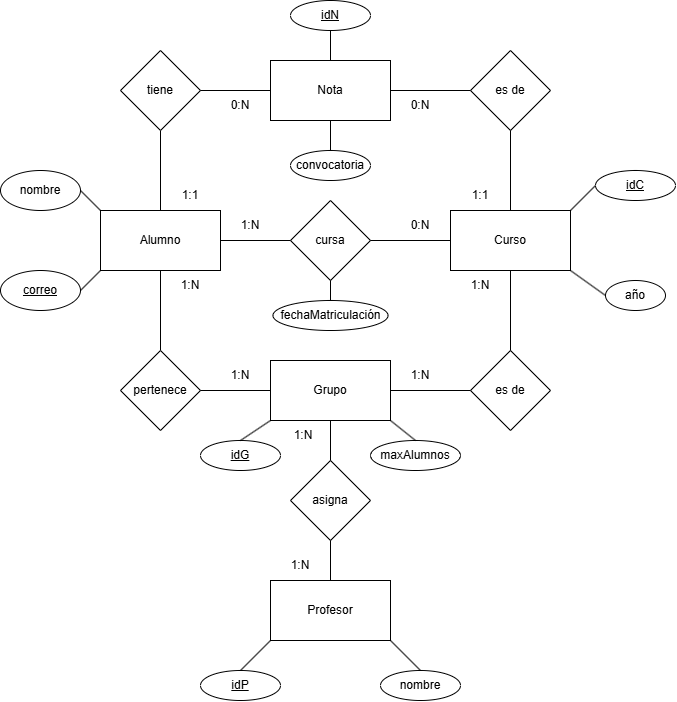
This is artefactos/nuevo/er_nuevo.png from ManuMedina1/reingenieria-ems-IWM31-G5-2025, a draw.io export, as it was before one commit. Source tidied: cells renumbered, new cells last; positions are measured from the earlier drawing's top-left corner, leaving out a move shared by most shapes.
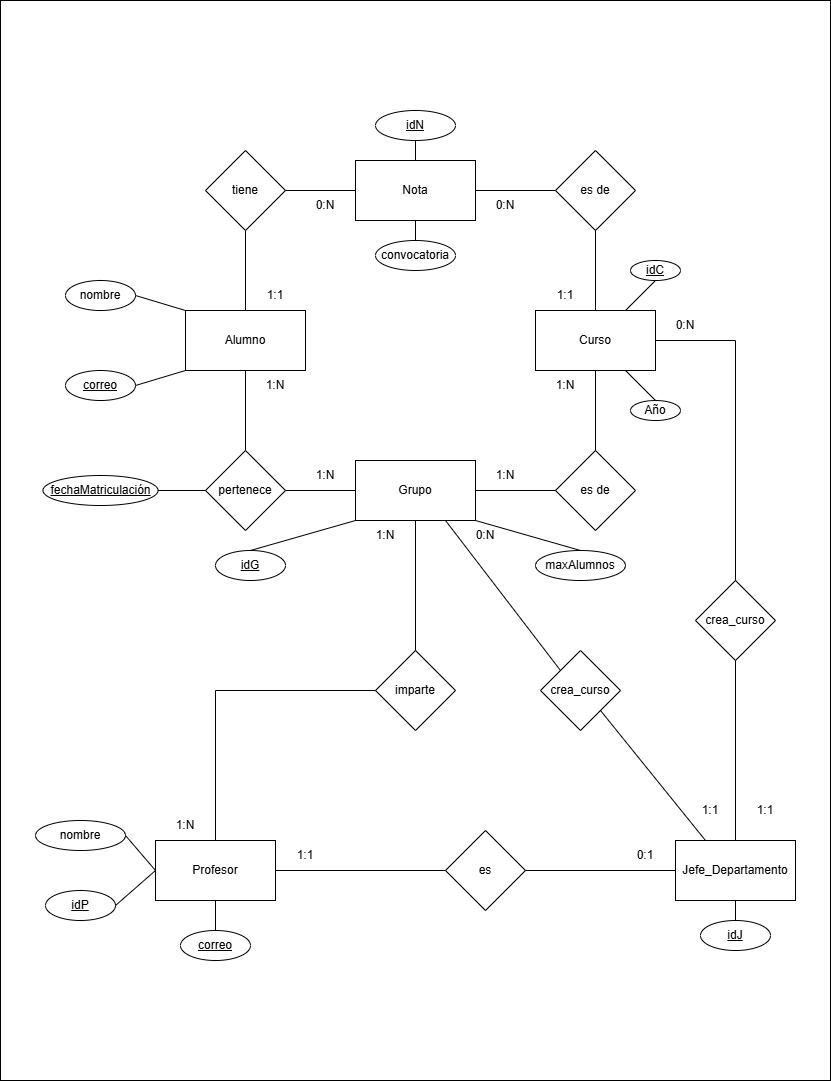
Later version of the same file.

Commit message:
Solved problems with ER diagram. Done issue #6

Diff of the diagram source:
```diff
@@ -2,6 +2,9 @@
   <root>
     <mxCell id="0" />
     <mxCell id="1" parent="0" />
+    <mxCell id="59" style="rounded=0;whiteSpace=wrap;html=1;fillColor=none;" parent="1" vertex="1">
+      <mxGeometry x="-85" y="-100" width="830" height="1080" as="geometry" />
+    </mxCell>
     <mxCell id="2" value="Alumno" style="rounded=0;whiteSpace=wrap;html=1;" parent="1" vertex="1">
       <mxGeometry x="100" y="210" width="120" height="60" as="geometry" />
     </mxCell>
@@ -41,27 +44,18 @@
     <mxCell id="14" value="1:1" style="text;html=1;align=center;verticalAlign=middle;whiteSpace=wrap;rounded=0;" parent="1" vertex="1">
       <mxGeometry x="450" y="180" width="60" height="30" as="geometry" />
     </mxCell>
+    <mxCell id="60" style="endArrow=none;html=1;rounded=0;entryX=0.5;entryY=1;entryDx=0;entryDy=0;exitX=0.5;exitY=0;exitDx=0;exitDy=0;" parent="1" edge="1" source="4" target="15">
+      <mxGeometry relative="1" as="geometry" />
+    </mxCell>
-    <mxCell id="15" value="convocatoria" style="ellipse;whiteSpace=wrap;html=1;" parent="1" vertex="1">
-      <mxGeometry x="290" y="150" width="80" height="30" as="geometry" />
+    <mxCell id="15" value="&lt;u&gt;idN&lt;/u&gt;" style="ellipse;whiteSpace=wrap;html=1;" parent="1" vertex="1">
+      <mxGeometry x="290" y="10" width="80" height="30" as="geometry" />
     </mxCell>
+    <mxCell id="61" style="endArrow=none;html=1;rounded=0;entryX=0.75;entryY=1;entryDx=0;entryDy=0;exitX=0.5;exitY=0;exitDx=0;exitDy=0;" parent="1" edge="1" source="16" target="3">
+      <mxGeometry relative="1" as="geometry" />
+    </mxCell>
-    <mxCell id="16" value="año" style="ellipse;whiteSpace=wrap;html=1;" parent="1" vertex="1">
-      <mxGeometry x="605" y="280" width="60" height="30" as="geometry" />
+    <mxCell id="16" value="Año" style="ellipse;whiteSpace=wrap;html=1;" parent="1" vertex="1">
+      <mxGeometry x="545" y="300" width="50" height="20" as="geometry" />
     </mxCell>
-    <mxCell id="17" value="cursa" style="rhombus;whiteSpace=wrap;html=1;" parent="1" vertex="1">
-      <mxGeometry x="290" y="200" width="80" height="80" as="geometry" />
-    </mxCell>
-    <mxCell id="18" style="endArrow=none;html=1;rounded=0;exitX=1;exitY=0.5;exitDx=0;exitDy=0;entryX=0;entryY=0.5;entryDx=0;entryDy=0;" parent="1" edge="1" source="2" target="17">
-      <mxGeometry relative="1" as="geometry" />
-    </mxCell>
-    <mxCell id="19" style="endArrow=none;html=1;rounded=0;entryX=0;entryY=0.5;entryDx=0;entryDy=0;exitX=1;exitY=0.5;exitDx=0;exitDy=0;" parent="1" edge="1" source="17" target="3">
-      <mxGeometry relative="1" as="geometry" />
-    </mxCell>
-    <mxCell id="20" value="0:N" style="text;html=1;align=center;verticalAlign=middle;whiteSpace=wrap;rounded=0;" parent="1" vertex="1">
-      <mxGeometry x="390" y="210" width="60" height="30" as="geometry" />
-    </mxCell>
-    <mxCell id="21" value="&lt;span style=&quot;background-color: transparent; color: light-dark(rgb(0, 0, 0), rgb(255, 255, 255));&quot;&gt;1:N&lt;/span&gt;" style="text;html=1;align=center;verticalAlign=middle;whiteSpace=wrap;rounded=0;" parent="1" vertex="1">
-      <mxGeometry x="220" y="210" width="60" height="30" as="geometry" />
-    </mxCell>
     <mxCell id="22" value="Grupo" style="rounded=0;whiteSpace=wrap;html=1;" parent="1" vertex="1">
       <mxGeometry x="270" y="360" width="120" height="60" as="geometry" />
     </mxCell>
@@ -95,93 +89,149 @@
     <mxCell id="32" value="1:N" style="text;html=1;align=center;verticalAlign=middle;whiteSpace=wrap;rounded=0;" parent="1" vertex="1">
       <mxGeometry x="160" y="270" width="60" height="30" as="geometry" />
     </mxCell>
-    <mxCell id="33" value="fechaMatriculación" style="ellipse;whiteSpace=wrap;html=1;" parent="1" vertex="1">
-      <mxGeometry x="272.5" y="300" width="115" height="30" as="geometry" />
+    <mxCell id="33" value="&lt;u&gt;fechaMatriculación&lt;/u&gt;" style="ellipse;whiteSpace=wrap;html=1;" parent="1" vertex="1">
+      <mxGeometry x="-42.5" y="375" width="115" height="30" as="geometry" />
     </mxCell>
-    <mxCell id="34" style="endArrow=none;html=1;rounded=0;exitX=0.5;exitY=0;exitDx=0;exitDy=0;entryX=0.5;entryY=1;entryDx=0;entryDy=0;" parent="1" edge="1" source="33" target="17">
+    <mxCell id="34" style="endArrow=none;html=1;rounded=0;exitX=1;exitY=0.5;exitDx=0;exitDy=0;entryX=0;entryY=0.5;entryDx=0;entryDy=0;" parent="1" edge="1" source="33" target="27">
       <mxGeometry relative="1" as="geometry" />
     </mxCell>
-    <mxCell id="35" value="&lt;u&gt;correo&lt;/u&gt;" style="ellipse;whiteSpace=wrap;html=1;" parent="1" vertex="1">
-      <mxGeometry y="270" width="80" height="40" as="geometry" />
-    </mxCell>
-    <mxCell id="36" style="endArrow=none;html=1;rounded=0;entryX=0;entryY=1;entryDx=0;entryDy=0;exitX=1;exitY=0.5;exitDx=0;exitDy=0;" parent="1" edge="1" source="35" target="2">
-      <mxGeometry relative="1" as="geometry" />
-    </mxCell>
-    <mxCell id="37" value="&lt;u&gt;idN&lt;/u&gt;" style="ellipse;whiteSpace=wrap;html=1;" parent="1" vertex="1">
-      <mxGeometry x="290" width="80" height="30" as="geometry" />
-    </mxCell>
+    <mxCell id="62" value="nombre" style="ellipse;whiteSpace=wrap;html=1;" parent="1" vertex="1">
+      <mxGeometry x="-20" y="180" width="70" height="30" as="geometry" />
+    </mxCell>
+    <mxCell id="63" style="endArrow=none;html=1;rounded=0;exitX=1;exitY=0.5;exitDx=0;exitDy=0;entryX=0;entryY=0;entryDx=0;entryDy=0;" parent="1" edge="1" source="62" target="2">
+      <mxGeometry relative="1" as="geometry" />
+    </mxCell>
+    <mxCell id="64" value="&lt;u&gt;correo&lt;/u&gt;" style="ellipse;whiteSpace=wrap;html=1;" parent="1" vertex="1">
+      <mxGeometry x="-20" y="270" width="70" height="30" as="geometry" />
+    </mxCell>
+    <mxCell id="65" style="endArrow=none;html=1;rounded=0;exitX=1;exitY=0.5;exitDx=0;exitDy=0;entryX=0;entryY=1;entryDx=0;entryDy=0;" parent="1" edge="1" source="64" target="2">
+      <mxGeometry relative="1" as="geometry" />
+    </mxCell>
+    <mxCell id="55" value="&lt;u&gt;idP&lt;/u&gt;" style="ellipse;whiteSpace=wrap;html=1;" parent="1" vertex="1">
+      <mxGeometry x="-40" y="790" width="70" height="30" as="geometry" />
+    </mxCell>
+    <mxCell id="66" value="nombre" style="ellipse;whiteSpace=wrap;html=1;" parent="1" vertex="1">
+      <mxGeometry x="-50" y="720" width="90" height="30" as="geometry" />
+    </mxCell>
+    <mxCell id="67" style="endArrow=none;html=1;rounded=0;exitX=1;exitY=0.5;exitDx=0;exitDy=0;entryX=0;entryY=0.5;entryDx=0;entryDy=0;" parent="1" edge="1" source="66" target="49">
+      <mxGeometry relative="1" as="geometry" />
+    </mxCell>
+    <mxCell id="68" value="imparte" style="rhombus;whiteSpace=wrap;html=1;" parent="1" vertex="1">
+      <mxGeometry x="290" y="550" width="80" height="80" as="geometry" />
+    </mxCell>
+    <mxCell id="69" style="endArrow=none;html=1;rounded=0;exitX=0.5;exitY=1;exitDx=0;exitDy=0;entryX=0.5;entryY=0;entryDx=0;entryDy=0;" parent="1" edge="1" source="22" target="68">
+      <mxGeometry relative="1" as="geometry" />
+    </mxCell>
+    <mxCell id="70" style="endArrow=none;html=1;rounded=0;exitX=0.5;exitY=0;exitDx=0;exitDy=0;entryX=0;entryY=0.5;entryDx=0;entryDy=0;" parent="1" edge="1" source="49" target="68">
+      <mxGeometry relative="1" as="geometry">
+        <Array as="points">
+          <mxPoint x="130" y="590" />
+        </Array>
+      </mxGeometry>
+    </mxCell>
+    <mxCell id="49" value="Profesor" style="rounded=0;whiteSpace=wrap;html=1;" parent="1" vertex="1">
+      <mxGeometry x="70" y="740" width="120" height="60" as="geometry" />
+    </mxCell>
+    <mxCell id="47" value="maxAlumnos" style="ellipse;whiteSpace=wrap;html=1;" parent="1" vertex="1">
+      <mxGeometry x="450" y="450" width="90" height="30" as="geometry" />
+    </mxCell>
+    <mxCell id="71" style="endArrow=none;html=1;rounded=0;exitX=0.5;exitY=0;exitDx=0;exitDy=0;entryX=1;entryY=1;entryDx=0;entryDy=0;" parent="1" edge="1" source="47">
+      <mxGeometry relative="1" as="geometry">
+        <mxPoint x="390" y="420" as="targetPoint" />
+      </mxGeometry>
+    </mxCell>
+    <mxCell id="72" style="endArrow=none;html=1;rounded=0;exitX=0.5;exitY=0;exitDx=0;exitDy=0;" parent="1" edge="1" source="38">
+      <mxGeometry relative="1" as="geometry">
+        <mxPoint x="270" y="420" as="targetPoint" />
+      </mxGeometry>
+    </mxCell>
     <mxCell id="38" value="&lt;u&gt;idG&lt;/u&gt;" style="ellipse;whiteSpace=wrap;html=1;" parent="1" vertex="1">
-      <mxGeometry x="200" y="440" width="80" height="30" as="geometry" />
+      <mxGeometry x="130" y="450" width="70" height="30" as="geometry" />
     </mxCell>
-    <mxCell id="39" style="endArrow=none;html=1;rounded=0;entryX=0.5;entryY=0;entryDx=0;entryDy=0;exitX=0;exitY=1;exitDx=0;exitDy=0;" parent="1" edge="1" source="22" target="38">
-      <mxGeometry relative="1" as="geometry" />
-    </mxCell>
     <mxCell id="40" value="&lt;u&gt;idC&lt;/u&gt;" style="ellipse;whiteSpace=wrap;html=1;" parent="1" vertex="1">
-      <mxGeometry x="595" y="170" width="80" height="30" as="geometry" />
+      <mxGeometry x="545" y="160" width="50" height="20" as="geometry" />
     </mxCell>
-    <mxCell id="41" style="endArrow=none;html=1;rounded=0;entryX=0;entryY=0.5;entryDx=0;entryDy=0;exitX=1;exitY=0;exitDx=0;exitDy=0;" parent="1" edge="1" source="3" target="40">
-      <mxGeometry relative="1" as="geometry" />
-    </mxCell>
-    <mxCell id="42" style="endArrow=none;html=1;rounded=0;entryX=0;entryY=0.5;entryDx=0;entryDy=0;" parent="1" edge="1" target="16">
-      <mxGeometry relative="1" as="geometry">
-        <mxPoint x="570" y="270" as="sourcePoint" />
-      </mxGeometry>
-    </mxCell>
-    <mxCell id="43" style="endArrow=none;html=1;rounded=0;exitX=0.5;exitY=1;exitDx=0;exitDy=0;entryX=0.5;entryY=0;entryDx=0;entryDy=0;" parent="1" edge="1" source="37" target="4">
-      <mxGeometry relative="1" as="geometry" />
-    </mxCell>
-    <mxCell id="44" style="endArrow=none;html=1;rounded=0;entryX=0.5;entryY=1;entryDx=0;entryDy=0;" parent="1" edge="1" target="4">
-      <mxGeometry relative="1" as="geometry">
-        <mxPoint x="330" y="150" as="sourcePoint" />
-      </mxGeometry>
-    </mxCell>
-    <mxCell id="45" value="nombre" style="ellipse;whiteSpace=wrap;html=1;" parent="1" vertex="1">
-      <mxGeometry y="170" width="80" height="40" as="geometry" />
-    </mxCell>
-    <mxCell id="46" style="endArrow=none;html=1;rounded=0;exitX=1;exitY=0.5;exitDx=0;exitDy=0;entryX=0;entryY=0;entryDx=0;entryDy=0;" parent="1" edge="1" source="45" target="2">
-      <mxGeometry relative="1" as="geometry" />
-    </mxCell>
-    <mxCell id="47" value="maxAlumnos" style="ellipse;whiteSpace=wrap;html=1;" parent="1" vertex="1">
-      <mxGeometry x="370" y="440" width="90" height="30" as="geometry" />
-    </mxCell>
-    <mxCell id="48" style="endArrow=none;html=1;rounded=0;entryX=0.5;entryY=0;entryDx=0;entryDy=0;" parent="1" edge="1" target="47">
-      <mxGeometry relative="1" as="geometry">
-        <mxPoint x="390" y="420" as="sourcePoint" />
-      </mxGeometry>
-    </mxCell>
-    <mxCell id="49" value="Profesor" style="rounded=0;whiteSpace=wrap;html=1;" parent="1" vertex="1">
-      <mxGeometry x="270" y="580" width="120" height="60" as="geometry" />
-    </mxCell>
-    <mxCell id="50" value="asigna" style="rhombus;whiteSpace=wrap;html=1;" parent="1" vertex="1">
-      <mxGeometry x="290" y="460" width="80" height="80" as="geometry" />
-    </mxCell>
-    <mxCell id="51" style="endArrow=none;html=1;rounded=0;entryX=0.5;entryY=0;entryDx=0;entryDy=0;" parent="1" edge="1" target="50">
-      <mxGeometry relative="1" as="geometry">
-        <mxPoint x="330" y="420" as="sourcePoint" />
-      </mxGeometry>
-    </mxCell>
-    <mxCell id="52" style="endArrow=none;html=1;rounded=0;entryX=0.5;entryY=0;entryDx=0;entryDy=0;" parent="1" edge="1" target="49">
-      <mxGeometry relative="1" as="geometry">
-        <mxPoint x="330" y="540" as="sourcePoint" />
-      </mxGeometry>
-    </mxCell>
-    <mxCell id="53" value="1:N" style="text;html=1;align=center;verticalAlign=middle;whiteSpace=wrap;rounded=0;" parent="1" vertex="1">
-      <mxGeometry x="272.5" y="420" width="60" height="30" as="geometry" />
-    </mxCell>
-    <mxCell id="54" value="1:N" style="text;html=1;align=center;verticalAlign=middle;whiteSpace=wrap;rounded=0;" parent="1" vertex="1">
-      <mxGeometry x="270" y="550" width="60" height="30" as="geometry" />
-    </mxCell>
-    <mxCell id="55" value="&lt;u&gt;idP&lt;/u&gt;" style="ellipse;whiteSpace=wrap;html=1;" parent="1" vertex="1">
-      <mxGeometry x="200" y="670" width="80" height="30" as="geometry" />
-    </mxCell>
-    <mxCell id="56" style="endArrow=none;html=1;rounded=0;entryX=0.5;entryY=0;entryDx=0;entryDy=0;exitX=0;exitY=1;exitDx=0;exitDy=0;" parent="1" edge="1" source="49" target="55">
-      <mxGeometry relative="1" as="geometry" />
-    </mxCell>
-    <mxCell id="57" value="nombre" style="ellipse;whiteSpace=wrap;html=1;" parent="1" vertex="1">
-      <mxGeometry x="380" y="670" width="80" height="30" as="geometry" />
-    </mxCell>
-    <mxCell id="58" style="endArrow=none;html=1;rounded=0;exitX=1;exitY=1;exitDx=0;exitDy=0;entryX=0.5;entryY=0;entryDx=0;entryDy=0;" parent="1" edge="1" source="49" target="57">
-      <mxGeometry relative="1" as="geometry" />
-    </mxCell>
+    <mxCell id="73" style="endArrow=none;html=1;rounded=0;entryX=0.75;entryY=0;entryDx=0;entryDy=0;exitX=0.5;exitY=1;exitDx=0;exitDy=0;" parent="1" edge="1" source="40" target="3">
+      <mxGeometry relative="1" as="geometry" />
+    </mxCell>
+    <mxCell id="74" style="endArrow=none;html=1;rounded=0;entryX=0.5;entryY=0;entryDx=0;entryDy=0;exitX=0.5;exitY=1;exitDx=0;exitDy=0;" parent="1" edge="1" source="4" target="75">
+      <mxGeometry relative="1" as="geometry" />
+    </mxCell>
+    <mxCell id="75" value="convocatoria" style="ellipse;whiteSpace=wrap;html=1;" parent="1" vertex="1">
+      <mxGeometry x="290" y="140" width="80" height="30" as="geometry" />
+    </mxCell>
+    <mxCell id="76" value="Jefe_Departamento" style="rounded=0;whiteSpace=wrap;html=1;" parent="1" vertex="1">
+      <mxGeometry x="590" y="740" width="120" height="60" as="geometry" />
+    </mxCell>
+    <mxCell id="77" value="crea_curso" style="rhombus;whiteSpace=wrap;html=1;" parent="1" vertex="1">
+      <mxGeometry x="610" y="480" width="80" height="80" as="geometry" />
+    </mxCell>
+    <mxCell id="78" style="endArrow=none;html=1;rounded=0;exitX=0.5;exitY=0;exitDx=0;exitDy=0;entryX=1;entryY=0.5;entryDx=0;entryDy=0;" parent="1" edge="1" source="77" target="3">
+      <mxGeometry relative="1" as="geometry">
+        <Array as="points">
+          <mxPoint x="650" y="240" />
+        </Array>
+      </mxGeometry>
+    </mxCell>
+    <mxCell id="79" style="endArrow=none;html=1;rounded=0;exitX=0.5;exitY=0;exitDx=0;exitDy=0;entryX=0.5;entryY=1;entryDx=0;entryDy=0;" parent="1" edge="1" source="76" target="77">
+      <mxGeometry relative="1" as="geometry" />
+    </mxCell>
+    <mxCell id="80" style="endArrow=none;html=1;rounded=0;entryX=0;entryY=0.5;entryDx=0;entryDy=0;exitX=1;exitY=0.5;exitDx=0;exitDy=0;" parent="1" edge="1" source="81" target="76">
+      <mxGeometry relative="1" as="geometry" />
+    </mxCell>
+    <mxCell id="81" value="es" style="rhombus;whiteSpace=wrap;html=1;" parent="1" vertex="1">
+      <mxGeometry x="360" y="730" width="80" height="80" as="geometry" />
+    </mxCell>
+    <mxCell id="82" style="endArrow=none;html=1;rounded=0;exitX=0;exitY=0.5;exitDx=0;exitDy=0;entryX=1;entryY=0.5;entryDx=0;entryDy=0;" parent="1" edge="1" source="81" target="49">
+      <mxGeometry relative="1" as="geometry" />
+    </mxCell>
+    <mxCell id="83" style="endArrow=none;html=1;rounded=0;exitX=1;exitY=0.5;exitDx=0;exitDy=0;entryX=0;entryY=0.5;entryDx=0;entryDy=0;" parent="1" edge="1" source="55" target="49">
+      <mxGeometry relative="1" as="geometry" />
+    </mxCell>
+    <mxCell id="84" value="0:1" style="text;html=1;align=center;verticalAlign=middle;whiteSpace=wrap;rounded=0;" parent="1" vertex="1">
+      <mxGeometry x="530" y="740" width="60" height="30" as="geometry" />
+    </mxCell>
+    <mxCell id="85" value="1:1" style="text;html=1;align=center;verticalAlign=middle;whiteSpace=wrap;rounded=0;" parent="1" vertex="1">
+      <mxGeometry x="190" y="740" width="60" height="30" as="geometry" />
+    </mxCell>
+    <mxCell id="86" value="&lt;u&gt;idJ&lt;/u&gt;" style="ellipse;whiteSpace=wrap;html=1;" parent="1" vertex="1">
+      <mxGeometry x="615" y="820" width="70" height="30" as="geometry" />
+    </mxCell>
+    <mxCell id="87" style="endArrow=none;html=1;rounded=0;exitX=0.5;exitY=1;exitDx=0;exitDy=0;entryX=0.5;entryY=0;entryDx=0;entryDy=0;" parent="1" edge="1" source="76" target="86">
+      <mxGeometry relative="1" as="geometry" />
+    </mxCell>
+    <mxCell id="88" value="0:N" style="text;html=1;align=center;verticalAlign=middle;whiteSpace=wrap;rounded=0;" parent="1" vertex="1">
+      <mxGeometry x="570" y="210" width="60" height="30" as="geometry" />
+    </mxCell>
+    <mxCell id="89" value="1:N" style="text;html=1;align=center;verticalAlign=middle;whiteSpace=wrap;rounded=0;" parent="1" vertex="1">
+      <mxGeometry x="270" y="420" width="60" height="30" as="geometry" />
+    </mxCell>
+    <mxCell id="90" value="1:N" style="text;html=1;align=center;verticalAlign=middle;whiteSpace=wrap;rounded=0;" parent="1" vertex="1">
+      <mxGeometry x="70" y="710" width="60" height="30" as="geometry" />
+    </mxCell>
+    <mxCell id="91" value="crea_curso" style="rhombus;whiteSpace=wrap;html=1;" parent="1" vertex="1">
+      <mxGeometry x="455" y="550" width="80" height="80" as="geometry" />
+    </mxCell>
+    <mxCell id="92" style="endArrow=none;html=1;rounded=0;entryX=0.75;entryY=1;entryDx=0;entryDy=0;exitX=0;exitY=0;exitDx=0;exitDy=0;" parent="1" edge="1" source="91" target="22">
+      <mxGeometry relative="1" as="geometry" />
+    </mxCell>
+    <mxCell id="93" style="endArrow=none;html=1;rounded=0;exitX=0.25;exitY=0;exitDx=0;exitDy=0;entryX=1;entryY=1;entryDx=0;entryDy=0;" parent="1" edge="1" source="76" target="91">
+      <mxGeometry relative="1" as="geometry" />
+    </mxCell>
+    <mxCell id="94" value="0:N" style="text;html=1;align=center;verticalAlign=middle;whiteSpace=wrap;rounded=0;" parent="1" vertex="1">
+      <mxGeometry x="370" y="420" width="60" height="30" as="geometry" />
+    </mxCell>
+    <mxCell id="95" value="1:1" style="text;html=1;align=center;verticalAlign=middle;whiteSpace=wrap;rounded=0;" parent="1" vertex="1">
+      <mxGeometry x="595" y="695" width="60" height="30" as="geometry" />
+    </mxCell>
+    <mxCell id="96" value="1:1" style="text;html=1;align=center;verticalAlign=middle;whiteSpace=wrap;rounded=0;" parent="1" vertex="1">
+      <mxGeometry x="650" y="695" width="60" height="30" as="geometry" />
+    </mxCell>
+    <mxCell id="97" value="&lt;u&gt;correo&lt;/u&gt;" style="ellipse;whiteSpace=wrap;html=1;" parent="1" vertex="1">
+      <mxGeometry x="95" y="830" width="70" height="30" as="geometry" />
+    </mxCell>
+    <mxCell id="98" style="endArrow=none;html=1;rounded=0;exitX=0.5;exitY=0;exitDx=0;exitDy=0;entryX=0.5;entryY=1;entryDx=0;entryDy=0;" parent="1" edge="1" source="97" target="49">
+      <mxGeometry relative="1" as="geometry" />
+    </mxCell>
   </root>
 </mxGraphModel>
```
